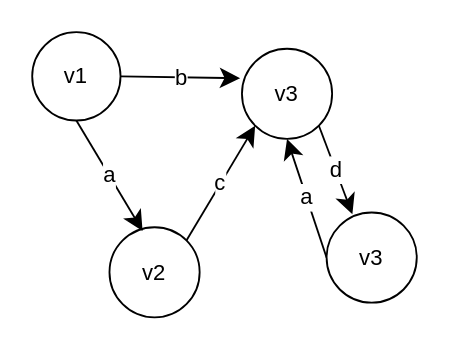
Earlier version of the draw.io diagram Untitled Diagram.drawio (olliglorioso/datasets). Source tidied: cells renumbered, new cells numbered last; positions are measured from the earlier drawing's top-left corner, leaving out a move shared by most shapes. Both pictures are drawn from the tidied source at 184%, with x=0, y=0 at pixel (31, 31).
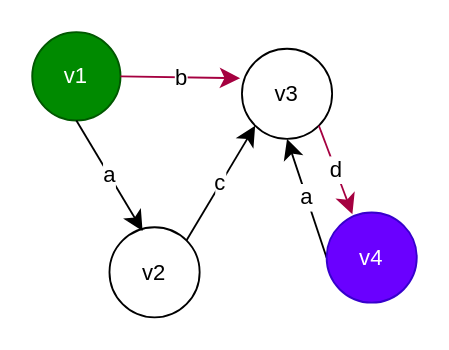
Above is the later version.

What changed in the source:
```diff
@@
 <mxGraphModel>
   <root>
     <mxCell id="0" />
     <mxCell id="1" parent="0" />
-    <mxCell id="2" value="v1" style="ellipse;whiteSpace=wrap;html=1;" parent="1" vertex="1">
+    <mxCell id="2" value="v1" style="ellipse;whiteSpace=wrap;html=1;fillColor=#008a00;fontColor=#ffffff;strokeColor=#005700;" parent="1" vertex="1">
       <mxGeometry width="48" height="48" as="geometry" />
     </mxCell>
     <mxCell id="3" value="c" style="edgeStyle=none;curved=1;rounded=0;jettySize=auto;html=1;exitX=1;exitY=0;exitDx=0;exitDy=0;entryX=0;entryY=1;entryDx=0;entryDy=0;fontSize=12;startSize=8;endSize=8;" parent="1" edge="1" source="4" target="5">
       <mxGeometry relative="1" as="geometry" />
     </mxCell>
     <mxCell id="4" value="v2" style="ellipse;whiteSpace=wrap;html=1;" parent="1" vertex="1">
       <mxGeometry x="42" y="106" width="49" height="49" as="geometry" />
     </mxCell>
     <mxCell id="5" value="v3" style="ellipse;whiteSpace=wrap;html=1;" parent="1" vertex="1">
       <mxGeometry x="114" y="9" width="49" height="49" as="geometry" />
     </mxCell>
     <mxCell id="6" value="a" style="edgeStyle=none;curved=1;rounded=0;jettySize=auto;html=1;exitX=0;exitY=0.5;exitDx=0;exitDy=0;entryX=0.5;entryY=1;entryDx=0;entryDy=0;fontSize=12;startSize=8;endSize=8;" parent="1" edge="1" source="7" target="5">
       <mxGeometry relative="1" as="geometry" />
     </mxCell>
-    <mxCell id="7" value="v3" style="ellipse;whiteSpace=wrap;html=1;" parent="1" vertex="1">
+    <mxCell id="7" value="v4" style="ellipse;whiteSpace=wrap;html=1;fillColor=#6a00ff;fontColor=#ffffff;strokeColor=#3700CC;" parent="1" vertex="1">
       <mxGeometry x="160" y="98" width="49" height="49" as="geometry" />
     </mxCell>
     <mxCell id="8" value="a" style="edgeStyle=none;curved=1;rounded=0;jettySize=auto;html=1;exitX=0.5;exitY=1;exitDx=0;exitDy=0;entryX=0.367;entryY=0.041;entryDx=0;entryDy=0;entryPerimeter=0;fontSize=12;startSize=8;endSize=8;" parent="1" edge="1" source="2" target="4">
       <mxGeometry relative="1" as="geometry" />
     </mxCell>
-    <mxCell id="9" value="d" style="edgeStyle=none;curved=1;rounded=0;jettySize=auto;html=1;exitX=1;exitY=1;exitDx=0;exitDy=0;entryX=0.286;entryY=0.02;entryDx=0;entryDy=0;entryPerimeter=0;fontSize=12;startSize=8;endSize=8;" parent="1" edge="1" source="5" target="7">
+    <mxCell id="9" value="d" style="edgeStyle=none;curved=1;rounded=0;jettySize=auto;html=1;exitX=1;exitY=1;exitDx=0;exitDy=0;entryX=0.286;entryY=0.02;entryDx=0;entryDy=0;entryPerimeter=0;fontSize=12;startSize=8;endSize=8;fillColor=#d80073;strokeColor=#A50040;" parent="1" edge="1" source="5" target="7">
       <mxGeometry relative="1" as="geometry" />
     </mxCell>
-    <mxCell id="10" value="b" style="edgeStyle=none;curved=1;rounded=0;jettySize=auto;html=1;exitX=1;exitY=0.5;exitDx=0;exitDy=0;entryX=-0.02;entryY=0.327;entryDx=0;entryDy=0;entryPerimeter=0;fontSize=12;startSize=8;endSize=8;" parent="1" edge="1" source="2" target="5">
+    <mxCell id="10" value="b" style="edgeStyle=none;curved=1;rounded=0;jettySize=auto;html=1;exitX=1;exitY=0.5;exitDx=0;exitDy=0;entryX=-0.02;entryY=0.327;entryDx=0;entryDy=0;entryPerimeter=0;fontSize=12;startSize=8;endSize=8;fillColor=#d80073;strokeColor=#A50040;" parent="1" edge="1" source="2" target="5">
       <mxGeometry relative="1" as="geometry" />
     </mxCell>
   </root>
 </mxGraphModel>
```
